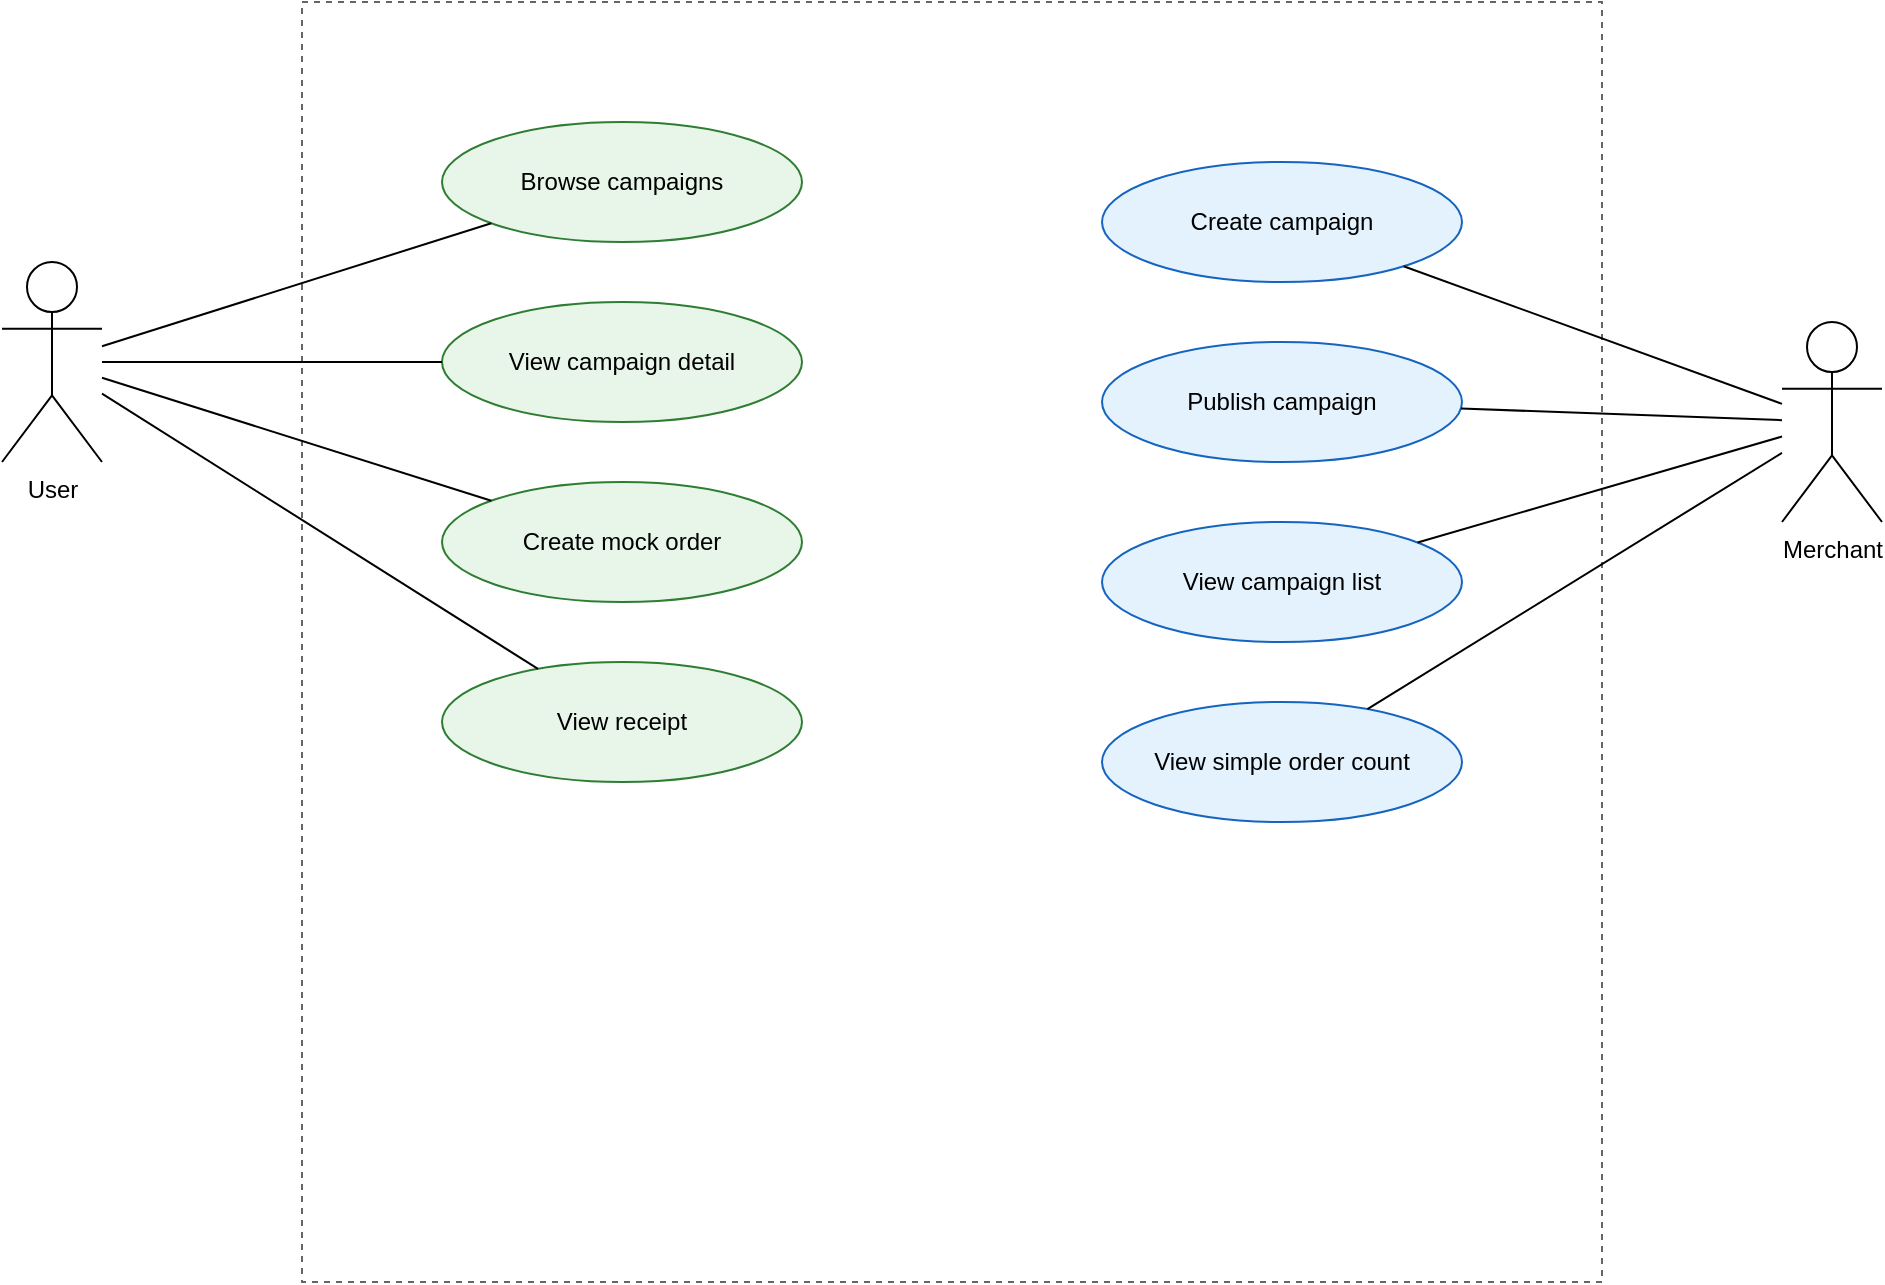
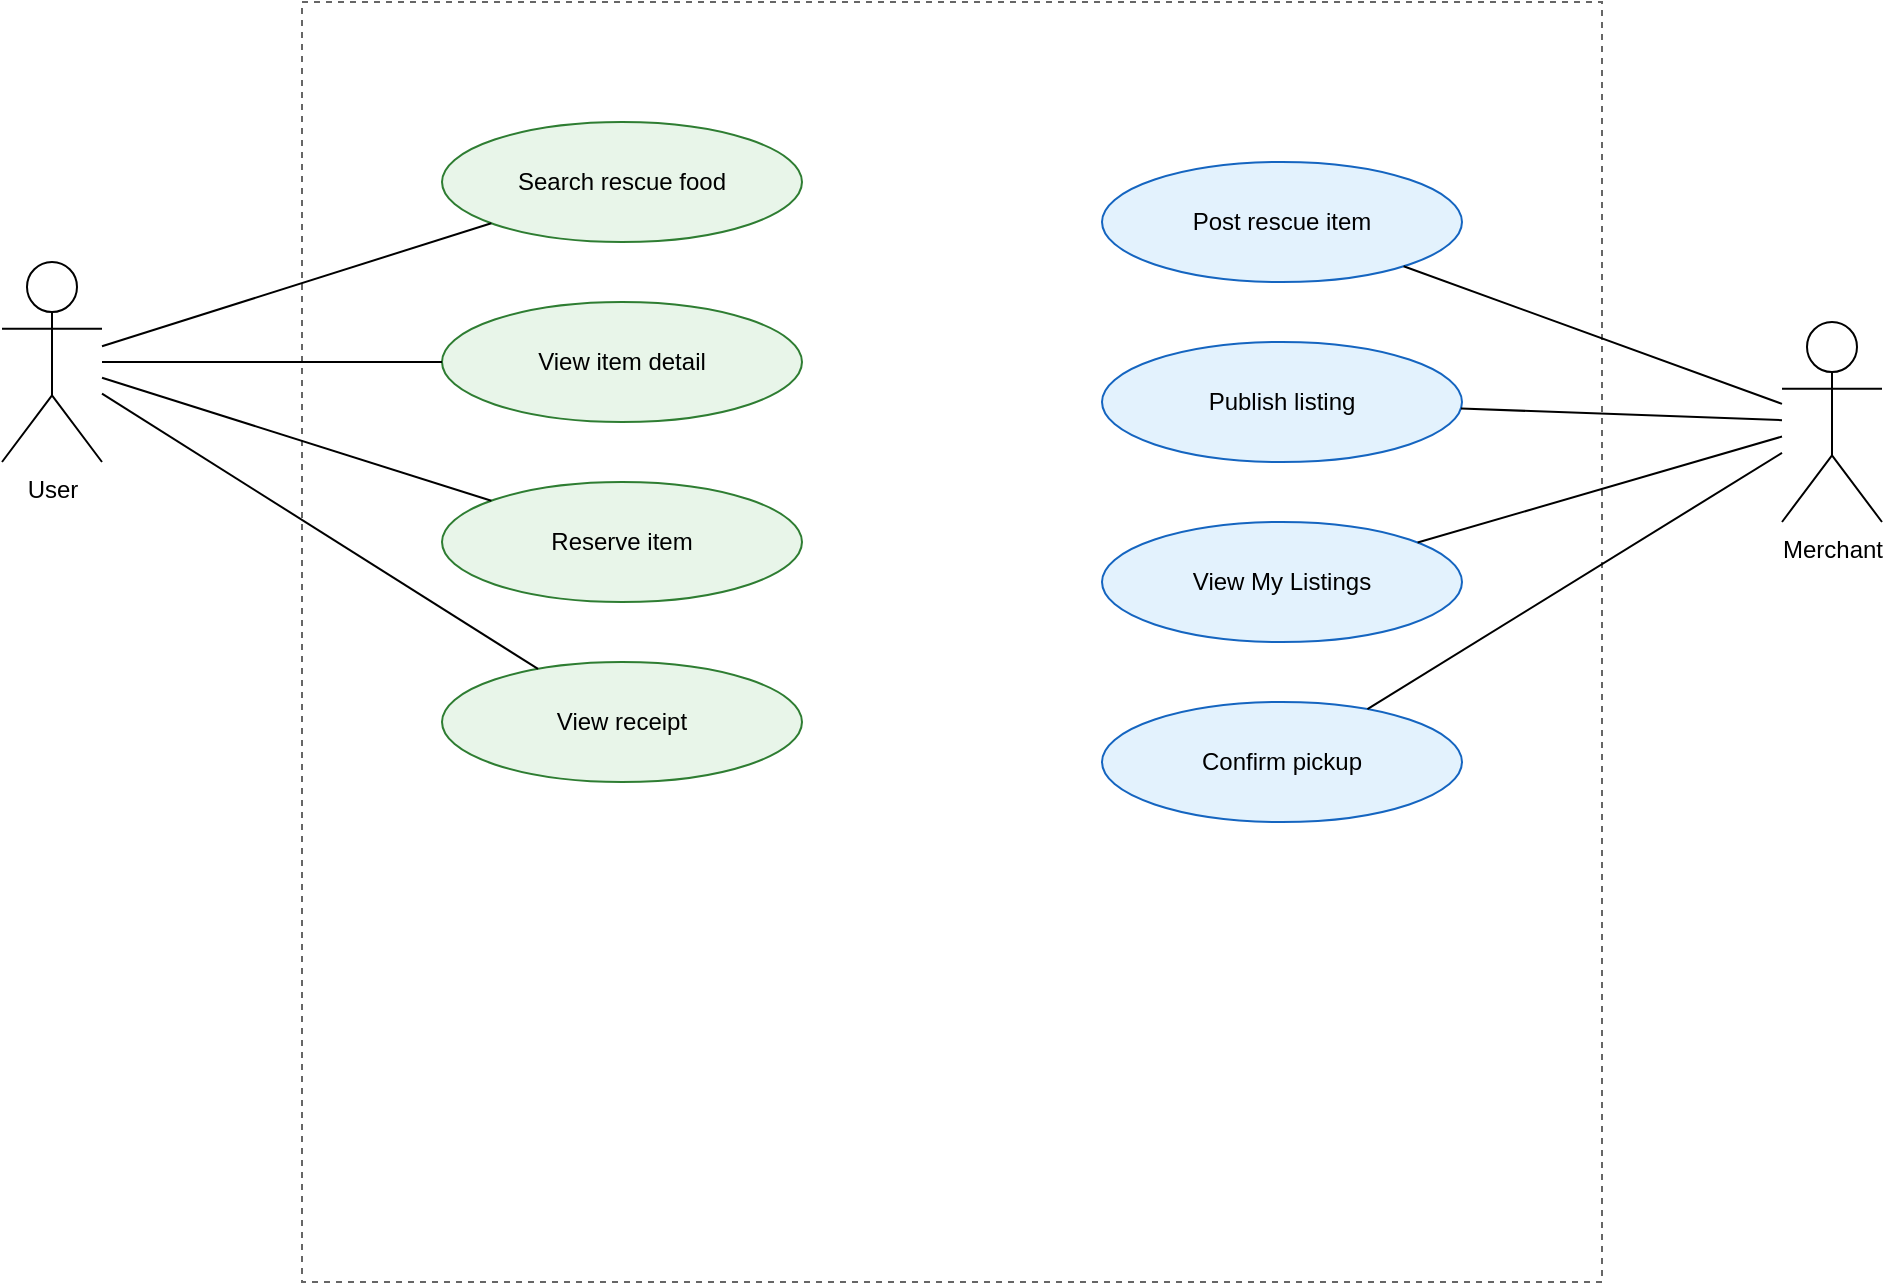
<mxfile host="65bd71144e">
    <diagram id="use-cases" name="Use Cases">
        <mxGraphModel dx="1280" dy="751" grid="1" gridSize="10" guides="1" tooltips="1" connect="1" arrows="1" fold="1" page="1" pageScale="1" pageWidth="1100" pageHeight="850" math="0" shadow="0">
            <root>
                <mxCell id="0"/>
                <mxCell id="1" parent="0"/>
                <mxCell id="system" value="" style="rounded=0;whiteSpace=wrap;html=1;fillColor=none;strokeColor=#666666;dashed=1;" parent="1" vertex="1">
                    <mxGeometry x="220" y="60" width="650" height="640" as="geometry"/>
                </mxCell>
                <mxCell id="user" value="User" style="shape=umlActor;verticalLabelPosition=bottom;verticalAlign=top;html=1;outlineConnect=0;" parent="1" vertex="1">
                    <mxGeometry x="70" y="190" width="50" height="100" as="geometry"/>
                </mxCell>
                <mxCell id="merchant" value="Merchant" style="shape=umlActor;verticalLabelPosition=bottom;verticalAlign=top;html=1;outlineConnect=0;" parent="1" vertex="1">
                    <mxGeometry x="960" y="220" width="50" height="100" as="geometry"/>
                </mxCell>
-                 <mxCell id="browse" value="Browse campaigns" style="ellipse;whiteSpace=wrap;html=1;fillColor=#e8f5e9;strokeColor=#2e7d32;" parent="1" vertex="1">
+                 <mxCell id="browse" value="Search rescue food" style="ellipse;whiteSpace=wrap;html=1;fillColor=#e8f5e9;strokeColor=#2e7d32;" parent="1" vertex="1">
                    <mxGeometry x="290" y="120" width="180" height="60" as="geometry"/>
                </mxCell>
-                 <mxCell id="detail" value="View campaign detail" style="ellipse;whiteSpace=wrap;html=1;fillColor=#e8f5e9;strokeColor=#2e7d32;" parent="1" vertex="1">
+                 <mxCell id="detail" value="View item detail" style="ellipse;whiteSpace=wrap;html=1;fillColor=#e8f5e9;strokeColor=#2e7d32;" parent="1" vertex="1">
                    <mxGeometry x="290" y="210" width="180" height="60" as="geometry"/>
                </mxCell>
-                 <mxCell id="order" value="Create mock order" style="ellipse;whiteSpace=wrap;html=1;fillColor=#e8f5e9;strokeColor=#2e7d32;" parent="1" vertex="1">
+                 <mxCell id="order" value="Reserve item" style="ellipse;whiteSpace=wrap;html=1;fillColor=#e8f5e9;strokeColor=#2e7d32;" parent="1" vertex="1">
                    <mxGeometry x="290" y="300" width="180" height="60" as="geometry"/>
                </mxCell>
                <mxCell id="receipt" value="View receipt" style="ellipse;whiteSpace=wrap;html=1;fillColor=#e8f5e9;strokeColor=#2e7d32;" parent="1" vertex="1">
                    <mxGeometry x="290" y="390" width="180" height="60" as="geometry"/>
                </mxCell>
-                 <mxCell id="create-campaign" value="Create campaign" style="ellipse;whiteSpace=wrap;html=1;fillColor=#e3f2fd;strokeColor=#1565c0;" parent="1" vertex="1">
+                 <mxCell id="create-listing" value="Post rescue item" style="ellipse;whiteSpace=wrap;html=1;fillColor=#e3f2fd;strokeColor=#1565c0;" parent="1" vertex="1">
                    <mxGeometry x="620" y="140" width="180" height="60" as="geometry"/>
                </mxCell>
-                 <mxCell id="publish" value="Publish campaign" style="ellipse;whiteSpace=wrap;html=1;fillColor=#e3f2fd;strokeColor=#1565c0;" parent="1" vertex="1">
+                 <mxCell id="publish" value="Publish listing" style="ellipse;whiteSpace=wrap;html=1;fillColor=#e3f2fd;strokeColor=#1565c0;" parent="1" vertex="1">
                    <mxGeometry x="620" y="230" width="180" height="60" as="geometry"/>
                </mxCell>
-                 <mxCell id="campaign-list" value="View campaign list" style="ellipse;whiteSpace=wrap;html=1;fillColor=#e3f2fd;strokeColor=#1565c0;" parent="1" vertex="1">
+                 <mxCell id="listing-list" value="View My Listings" style="ellipse;whiteSpace=wrap;html=1;fillColor=#e3f2fd;strokeColor=#1565c0;" parent="1" vertex="1">
                    <mxGeometry x="620" y="320" width="180" height="60" as="geometry"/>
                </mxCell>
-                 <mxCell id="order-count" value="View simple order count" style="ellipse;whiteSpace=wrap;html=1;fillColor=#e3f2fd;strokeColor=#1565c0;" parent="1" vertex="1">
+                 <mxCell id="order-count" value="Confirm pickup" style="ellipse;whiteSpace=wrap;html=1;fillColor=#e3f2fd;strokeColor=#1565c0;" parent="1" vertex="1">
                    <mxGeometry x="620" y="410" width="180" height="60" as="geometry"/>
                </mxCell>
                <mxCell id="user-browse" value="" style="endArrow=none;html=1;rounded=0;" parent="1" source="user" target="browse" edge="1">
                    <mxGeometry relative="1" as="geometry"/>
                </mxCell>
                <mxCell id="user-detail" value="" style="endArrow=none;html=1;rounded=0;" parent="1" source="user" target="detail" edge="1">
                    <mxGeometry relative="1" as="geometry"/>
                </mxCell>
                <mxCell id="user-order" value="" style="endArrow=none;html=1;rounded=0;" parent="1" source="user" target="order" edge="1">
                    <mxGeometry relative="1" as="geometry"/>
                </mxCell>
                <mxCell id="user-receipt" value="" style="endArrow=none;html=1;rounded=0;" parent="1" source="user" target="receipt" edge="1">
                    <mxGeometry relative="1" as="geometry"/>
                </mxCell>
-                 <mxCell id="merchant-create" value="" style="endArrow=none;html=1;rounded=0;" parent="1" source="merchant" target="create-campaign" edge="1">
+                 <mxCell id="merchant-create" value="" style="endArrow=none;html=1;rounded=0;" parent="1" source="merchant" target="create-listing" edge="1">
                    <mxGeometry relative="1" as="geometry"/>
                </mxCell>
                <mxCell id="merchant-publish" value="" style="endArrow=none;html=1;rounded=0;" parent="1" source="merchant" target="publish" edge="1">
                    <mxGeometry relative="1" as="geometry"/>
                </mxCell>
-                 <mxCell id="merchant-list" value="" style="endArrow=none;html=1;rounded=0;" parent="1" source="merchant" target="campaign-list" edge="1">
+                 <mxCell id="merchant-list" value="" style="endArrow=none;html=1;rounded=0;" parent="1" source="merchant" target="listing-list" edge="1">
                    <mxGeometry relative="1" as="geometry"/>
                </mxCell>
                <mxCell id="merchant-count" value="" style="endArrow=none;html=1;rounded=0;" parent="1" source="merchant" target="order-count" edge="1">
                    <mxGeometry relative="1" as="geometry"/>
                </mxCell>
            </root>
        </mxGraphModel>
    </diagram>
- </mxfile>+ </mxfile>
